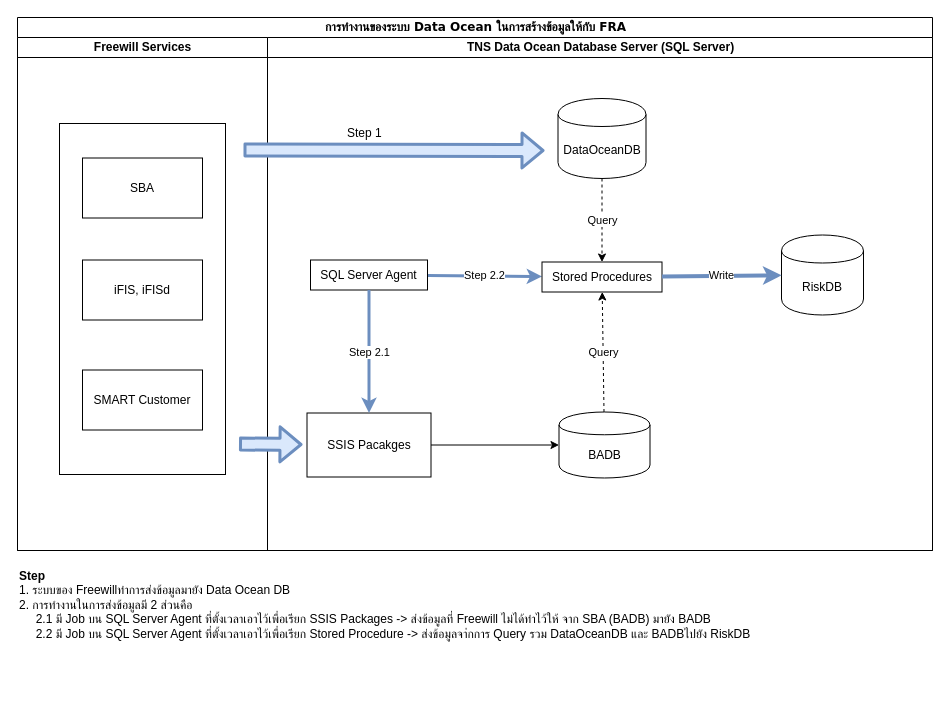
Before: DataOcean.drawio in peerapongdev/diagrams, a draw.io diagram. Source tidied: cells renumbered, new cells numbered last; positions are measured from the earlier drawing's top-left corner, leaving out a move shared by most shapes. Both pictures are drawn from the tidied source at 100%, with x=0, y=0 at pixel (17, 17).
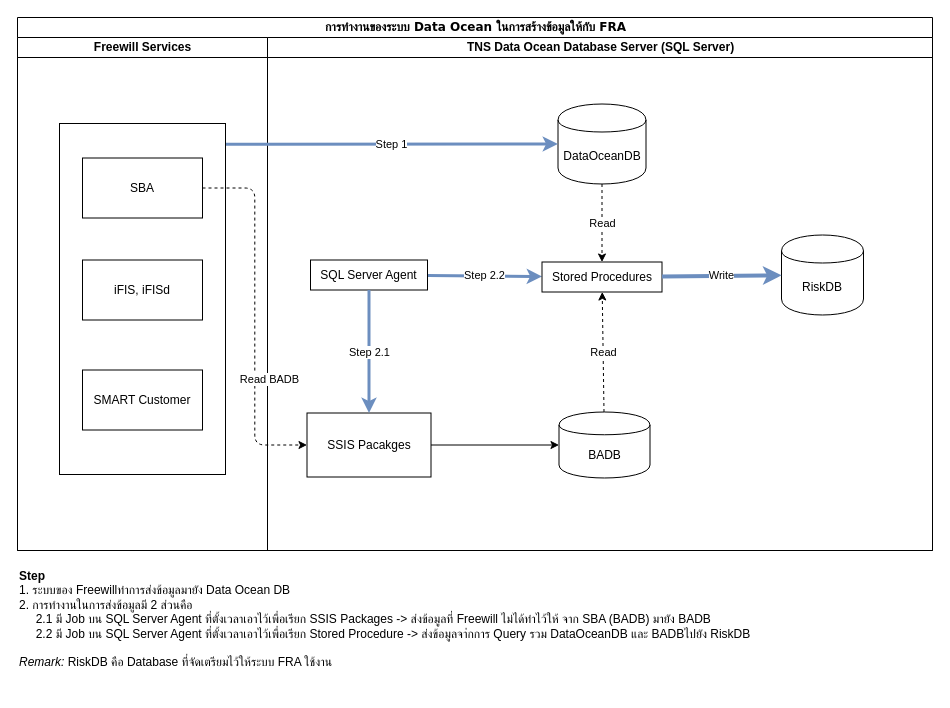
The same diagram, later.

The change refers to these unchanged cells:
```xml
<mxCell id="2" value="การทำงานของระบบ Data Ocean ในการสร้างข้อมูลให้กับ FRA" style="swimlane;html=1;startSize=20;rounded=0;shadow=0;comic=0;labelBackgroundColor=none;strokeColor=#000000;strokeWidth=1;fillColor=#ffffff;fontFamily=Verdana;fontSize=12;fontColor=#000000;align=center;" parent="1" vertex="1">
  <mxGeometry width="915" height="533" as="geometry" />
</mxCell>
<mxCell id="4" style="rounded=0;whiteSpace=wrap;html=1;" parent="3" vertex="1">
  <mxGeometry x="42" y="86" width="166" height="351" as="geometry" />
</mxCell>
<mxCell id="5" value="SBA" style="rounded=0;whiteSpace=wrap;html=1;" parent="3" vertex="1">
  <mxGeometry x="65" y="120.5" width="120" height="60" as="geometry" />
</mxCell>
<mxCell id="8" value="TNS Data Ocean Database Server (SQL Server)" style="swimlane;html=1;startSize=20;" parent="2" vertex="1">
  <mxGeometry x="250" y="20" width="665" height="513" as="geometry" />
</mxCell>
<mxCell id="12" value="BADB" style="shape=cylinder;whiteSpace=wrap;html=1;boundedLbl=1;backgroundOutline=1;" parent="8" vertex="1">
  <mxGeometry x="291.5" y="374.5" width="91" height="66" as="geometry" />
</mxCell>
<mxCell id="14" value="Stored Procedures" style="rounded=0;whiteSpace=wrap;html=1;" parent="8" vertex="1">
  <mxGeometry x="274.5" y="224.5" width="120" height="30" as="geometry" />
</mxCell>
<mxCell id="15" value="SSIS Pacakges" style="rounded=0;whiteSpace=wrap;html=1;" parent="8" vertex="1">
  <mxGeometry x="39.5" y="375.5" width="124" height="64" as="geometry" />
</mxCell>
```

Change to the diagram source:
```diff
@@
-    <mxCell id="9" value="Query" style="rounded=0;jettySize=auto;html=1;startArrow=none;startFill=0;exitX=0.5;exitY=1;exitDx=0;exitDy=0;dashed=1;" parent="8" edge="1" source="10" target="14">
+    <mxCell id="9" value="Read" style="rounded=0;jettySize=auto;html=1;startArrow=none;startFill=0;exitX=0.5;exitY=1;exitDx=0;exitDy=0;dashed=1;" parent="8" edge="1" source="10" target="14">
       <mxGeometry relative="1" as="geometry" />
     </mxCell>
     <mxCell id="10" value="DataOceanDB" style="shape=cylinder;whiteSpace=wrap;html=1;boundedLbl=1;backgroundOutline=1;" parent="8" vertex="1">
-      <mxGeometry x="290.5" y="61" width="88" height="80" as="geometry" />
+      <mxGeometry x="290.5" y="66.5" width="88" height="80" as="geometry" />
     </mxCell>
-    <mxCell id="11" value="Query" style="rounded=0;jettySize=auto;html=1;startArrow=none;startFill=0;dashed=1;" parent="8" edge="1" source="12" target="14">
+    <mxCell id="11" value="Read" style="rounded=0;jettySize=auto;html=1;startArrow=none;startFill=0;dashed=1;" parent="8" edge="1" source="12" target="14">
       <mxGeometry relative="1" as="geometry" />
     </mxCell>
@@
-    <mxCell id="21" style="shape=flexArrow;endArrow=classic;html=1;strokeWidth=3;align=left;fillColor=#dae8fc;strokeColor=#6c8ebf;" parent="8" edge="1">
-      <mxGeometry relative="1" as="geometry">
-        <mxPoint x="-28.5" y="406.5" as="sourcePoint" />
-        <mxPoint x="35" y="407" as="targetPoint" />
-      </mxGeometry>
-    </mxCell>
-    <mxCell id="22" style="shape=flexArrow;endArrow=classic;html=1;strokeWidth=3;align=left;fillColor=#dae8fc;strokeColor=#6c8ebf;" parent="8" edge="1">
-      <mxGeometry relative="1" as="geometry">
-        <mxPoint x="-24" y="112.5" as="sourcePoint" />
-        <mxPoint x="277" y="113" as="targetPoint" />
-      </mxGeometry>
-    </mxCell>
+    <mxCell id="25" value="Read BADB" style="endArrow=classic;html=1;exitX=1;exitY=0.5;exitDx=0;exitDy=0;entryX=0;entryY=0.5;entryDx=0;entryDy=0;dashed=1;edgeStyle=orthogonalEdgeStyle;" parent="2" edge="1" source="5" target="15">
+      <mxGeometry x="0.35" y="15" relative="1" as="geometry" />
+    </mxCell>
-    <mxCell id="23" value="Step 1" style="text;html=1;" parent="8" vertex="1">
-      <mxGeometry x="77.9" y="82.4" width="65" height="28" as="geometry" />
+    <mxCell id="23" value="Step 1" style="edgeStyle=none;rounded=0;jettySize=auto;html=1;startArrow=none;startFill=0;strokeWidth=3;fillColor=#dae8fc;strokeColor=#6c8ebf;exitX=1.003;exitY=0.059;exitDx=0;exitDy=0;exitPerimeter=0;entryX=0;entryY=0.5;entryDx=0;entryDy=0;" parent="2" edge="1" source="4" target="10">
+      <mxGeometry relative="1" as="geometry" />
     </mxCell>
-    <mxCell id="24" value="&lt;b&gt;Step&lt;/b&gt; &lt;br&gt;1. ระบบของ Freewillทำการส่งข้อมูลมายัง Data Ocean DB&lt;br&gt;&lt;span&gt;2. การทำงานในการส่งข้อมูลมี 2 ส่วนคือ&lt;br&gt;&amp;nbsp; &amp;nbsp; &amp;nbsp;2.1 มี Job บน SQL Server Agent ที่ตั้งเวลาเอาไว้เพื่อเรียก SSIS Packages -&amp;gt;&amp;nbsp;&lt;/span&gt;&lt;span&gt;ส่งข้อมูลที่&lt;/span&gt;&lt;span&gt;&amp;nbsp;Freewill ไม่ได้ทำไว้ให้ จาก SBA (BADB) มายัง BADB&lt;br&gt;&lt;/span&gt;&amp;nbsp; &amp;nbsp; &amp;nbsp;2.2 มี Job บน SQL Server Agent ที่ตั้งเวลาเอาไว้เพื่อเรียก Stored Procedure -&amp;gt;&amp;nbsp;ส่งข้อมูลจา่กการ Query รวม DataOceanDB และ BADBไปยัง RiskDB&lt;br&gt;" style="text;html=1;" parent="1" vertex="1">
+    <mxCell id="24" value="&lt;b&gt;Step&lt;/b&gt; &lt;br&gt;1. ระบบของ Freewillทำการส่งข้อมูลมายัง Data Ocean DB&lt;br&gt;&lt;span&gt;2. การทำงานในการส่งข้อมูลมี 2 ส่วนคือ&lt;br&gt;&amp;nbsp; &amp;nbsp; &amp;nbsp;2.1 มี Job บน SQL Server Agent ที่ตั้งเวลาเอาไว้เพื่อเรียก SSIS Packages -&amp;gt;&amp;nbsp;&lt;/span&gt;&lt;span&gt;ส่งข้อมูลที่&lt;/span&gt;&lt;span&gt;&amp;nbsp;Freewill ไม่ได้ทำไว้ให้ จาก SBA (BADB) มายัง BADB&lt;br&gt;&lt;/span&gt;&amp;nbsp; &amp;nbsp; &amp;nbsp;2.2 มี Job บน SQL Server Agent ที่ตั้งเวลาเอาไว้เพื่อเรียก Stored Procedure -&amp;gt;&amp;nbsp;ส่งข้อมูลจา่กการ Query รวม DataOceanDB และ BADBไปยัง RiskDB&lt;br&gt;&lt;br&gt;&lt;i&gt;Remark: &lt;/i&gt;RiskDB คือ Database ที่จัดเตรียมไว้ให้ระบบ FRA ใช้งาน&lt;br&gt;" style="text;html=1;" parent="1" vertex="1">
       <mxGeometry y="545" width="805" height="128" as="geometry" />
     </mxCell>
```
